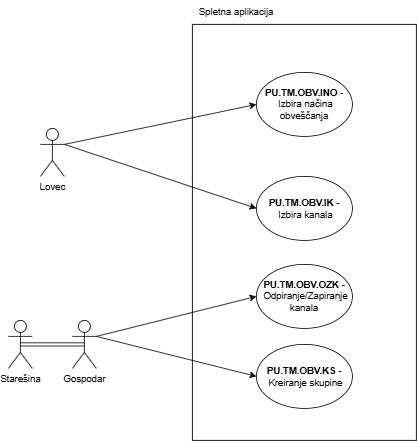
ErnestISv/Lovstvo keeps this draw.io diagram as Obvescanje-Spletna aplikacija.drawio.png. Above is the earlier version. Source tidied: cells renumbered, new cells last; positions are measured from the earlier drawing's top-left corner, leaving out a move shared by most shapes.
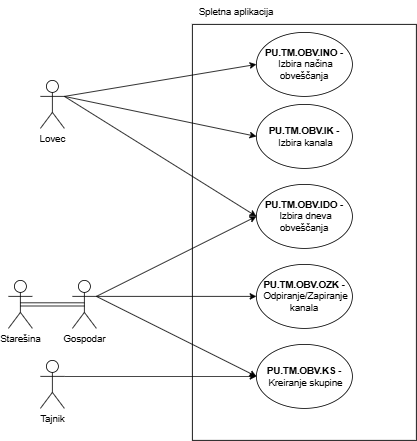
The same diagram one commit later.

The edit, as a diff of the source:
```diff
@@ -9,16 +9,16 @@
       <mxGeometry x="230" width="110" height="30" as="geometry" />
     </mxCell>
     <mxCell id="4" value="&lt;b&gt;PU.TM.OBV.IK -&lt;/b&gt;&amp;nbsp;Izbira kanala" style="ellipse;whiteSpace=wrap;html=1;" parent="1" vertex="1">
-      <mxGeometry x="310" y="220" width="120" height="80" as="geometry" />
+      <mxGeometry x="310" y="130" width="120" height="80" as="geometry" />
     </mxCell>
     <mxCell id="5" value="&lt;b&gt;PU.TM.OBV.INO -&lt;/b&gt;&amp;nbsp;Izbira načina obveščanja" style="ellipse;whiteSpace=wrap;html=1;" parent="1" vertex="1">
-      <mxGeometry x="310" y="90" width="120" height="80" as="geometry" />
+      <mxGeometry x="310" y="40" width="120" height="80" as="geometry" />
     </mxCell>
     <mxCell id="6" value="&lt;b&gt;PU.TM.OBV.OZK -&amp;nbsp;&lt;/b&gt;Odpiranje/Zapiranje kanala" style="ellipse;whiteSpace=wrap;html=1;" parent="1" vertex="1">
       <mxGeometry x="310" y="330" width="120" height="80" as="geometry" />
     </mxCell>
     <mxCell id="7" value="Lovec" style="shape=umlActor;verticalLabelPosition=bottom;verticalAlign=top;html=1;outlineConnect=0;" parent="1" vertex="1">
-      <mxGeometry x="40" y="160" width="30" height="60" as="geometry" />
+      <mxGeometry x="40" y="100" width="30" height="60" as="geometry" />
     </mxCell>
     <mxCell id="8" style="endArrow=classic;html=1;rounded=0;exitX=1;exitY=0.3333333333333333;exitDx=0;exitDy=0;exitPerimeter=0;entryX=0;entryY=0.5;entryDx=0;entryDy=0;" parent="1" edge="1" source="7" target="5">
       <mxGeometry relative="1" as="geometry" />
@@ -27,10 +27,10 @@
       <mxGeometry relative="1" as="geometry" />
     </mxCell>
     <mxCell id="10" value="Starešina" style="shape=umlActor;verticalLabelPosition=bottom;verticalAlign=top;html=1;outlineConnect=0;" parent="1" vertex="1">
-      <mxGeometry y="400" width="30" height="60" as="geometry" />
+      <mxGeometry y="350" width="30" height="60" as="geometry" />
     </mxCell>
     <mxCell id="11" value="Gospodar" style="shape=umlActor;verticalLabelPosition=bottom;verticalAlign=top;html=1;outlineConnect=0;" parent="1" vertex="1">
-      <mxGeometry x="80" y="400" width="30" height="60" as="geometry" />
+      <mxGeometry x="80" y="350" width="30" height="60" as="geometry" />
     </mxCell>
     <mxCell id="12" style="endArrow=classic;html=1;rounded=0;exitX=0.5;exitY=0.5;exitDx=0;exitDy=0;exitPerimeter=0;entryX=0.5;entryY=0.5;entryDx=0;entryDy=0;entryPerimeter=0;shape=link;" parent="1" edge="1" source="10" target="11">
       <mxGeometry relative="1" as="geometry" />
@@ -44,5 +44,20 @@
     <mxCell id="15" style="endArrow=classic;html=1;rounded=0;exitX=1;exitY=0.3333333333333333;exitDx=0;exitDy=0;exitPerimeter=0;entryX=0;entryY=0.5;entryDx=0;entryDy=0;" parent="1" edge="1" source="11" target="14">
       <mxGeometry relative="1" as="geometry" />
     </mxCell>
+    <mxCell id="16" value="Tajnik" style="shape=umlActor;verticalLabelPosition=bottom;verticalAlign=top;html=1;outlineConnect=0;" parent="1" vertex="1">
+      <mxGeometry x="40" y="450" width="30" height="60" as="geometry" />
+    </mxCell>
+    <mxCell id="17" style="endArrow=classic;html=1;rounded=0;exitX=1;exitY=0.3333333333333333;exitDx=0;exitDy=0;exitPerimeter=0;entryX=0;entryY=0.5;entryDx=0;entryDy=0;" parent="1" edge="1" source="16" target="14">
+      <mxGeometry relative="1" as="geometry" />
+    </mxCell>
+    <mxCell id="18" value="&lt;b&gt;PU.TM.OBV.IDO -&lt;/b&gt;&amp;nbsp;Izbira dneva obveščanja" style="ellipse;whiteSpace=wrap;html=1;" parent="1" vertex="1">
+      <mxGeometry x="310" y="230" width="120" height="80" as="geometry" />
+    </mxCell>
+    <mxCell id="19" style="endArrow=classic;html=1;rounded=0;exitX=1;exitY=0.3333333333333333;exitDx=0;exitDy=0;exitPerimeter=0;entryX=0;entryY=0.5;entryDx=0;entryDy=0;" parent="1" edge="1" source="11" target="18">
+      <mxGeometry relative="1" as="geometry" />
+    </mxCell>
+    <mxCell id="20" style="endArrow=classic;html=1;rounded=0;exitX=1;exitY=0.3333333333333333;exitDx=0;exitDy=0;exitPerimeter=0;entryX=0;entryY=0.5;entryDx=0;entryDy=0;" parent="1" edge="1" source="7" target="18">
+      <mxGeometry relative="1" as="geometry" />
+    </mxCell>
   </root>
 </mxGraphModel>
```
